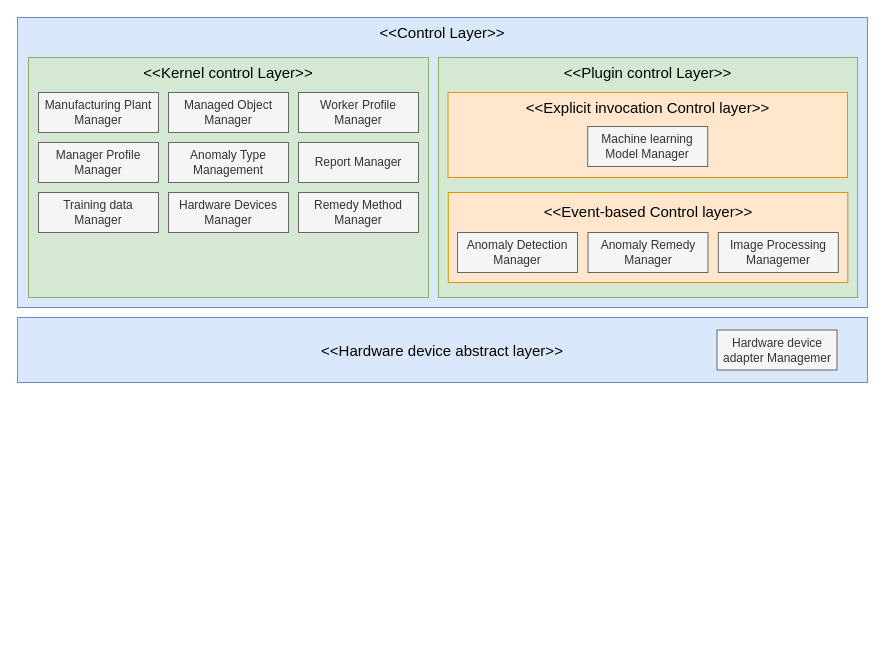
This is functional_component.drawio from ShineSoYoung/TEST, a draw.io file, before an edit. Source tidied: cells renumbered, new cells numbered last; positions are measured from the earlier drawing's top-left corner, leaving out a move shared by most shapes. Both pictures are drawn from the tidied source at 100%, with x=0, y=0 at pixel (17, 17).
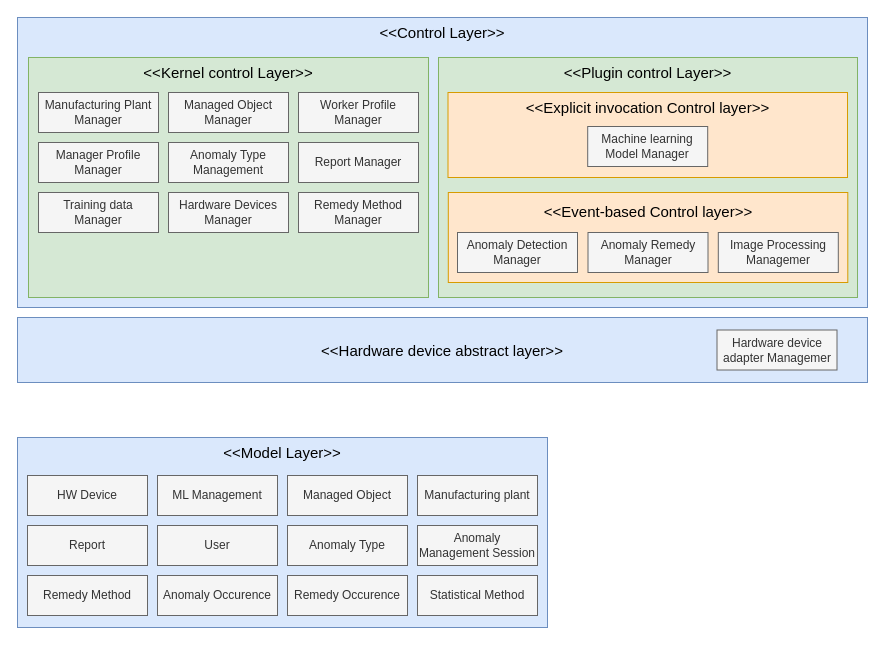
Above is the later version.

What changed in the source:
```diff
@@
+    <mxCell id="27" style="rounded=0;whiteSpace=wrap;html=1;fillColor=#dae8fc;strokeColor=#6c8ebf;" parent="1" vertex="1">
+      <mxGeometry y="420" width="530" height="190" as="geometry" />
+    </mxCell>
+    <mxCell id="28" value="&amp;lt;&amp;lt;Model Layer&amp;gt;&amp;gt;" style="text;html=1;strokeColor=none;fillColor=none;align=center;verticalAlign=middle;whiteSpace=wrap;rounded=0;fontSize=15;" parent="1" vertex="1">
+      <mxGeometry x="165" y="420" width="200" height="30" as="geometry" />
+    </mxCell>
+    <mxCell id="29" value="HW Device" style="rounded=0;whiteSpace=wrap;html=1;fillColor=#f5f5f5;fontColor=#333333;strokeColor=#666666;" parent="1" vertex="1">
+      <mxGeometry x="10" y="458" width="120" height="40" as="geometry" />
+    </mxCell>
+    <mxCell id="30" value="ML Management" style="rounded=0;whiteSpace=wrap;html=1;fillColor=#f5f5f5;fontColor=#333333;strokeColor=#666666;" parent="1" vertex="1">
+      <mxGeometry x="140" y="458" width="120" height="40" as="geometry" />
+    </mxCell>
+    <mxCell id="31" value="Managed Object" style="rounded=0;whiteSpace=wrap;html=1;fillColor=#f5f5f5;fontColor=#333333;strokeColor=#666666;" parent="1" vertex="1">
+      <mxGeometry x="270" y="458" width="120" height="40" as="geometry" />
+    </mxCell>
+    <mxCell id="32" value="Manufacturing plant" style="rounded=0;whiteSpace=wrap;html=1;fillColor=#f5f5f5;fontColor=#333333;strokeColor=#666666;" parent="1" vertex="1">
+      <mxGeometry x="400" y="458" width="120" height="40" as="geometry" />
+    </mxCell>
+    <mxCell id="33" value="Report" style="rounded=0;whiteSpace=wrap;html=1;fillColor=#f5f5f5;fontColor=#333333;strokeColor=#666666;" parent="1" vertex="1">
+      <mxGeometry x="10" y="508" width="120" height="40" as="geometry" />
+    </mxCell>
+    <mxCell id="34" value="User" style="rounded=0;whiteSpace=wrap;html=1;fillColor=#f5f5f5;fontColor=#333333;strokeColor=#666666;" parent="1" vertex="1">
+      <mxGeometry x="140" y="508" width="120" height="40" as="geometry" />
+    </mxCell>
+    <mxCell id="35" value="Anomaly Type" style="rounded=0;whiteSpace=wrap;html=1;fillColor=#f5f5f5;fontColor=#333333;strokeColor=#666666;" parent="1" vertex="1">
+      <mxGeometry x="270" y="508" width="120" height="40" as="geometry" />
+    </mxCell>
+    <mxCell id="36" value="Anomaly Management Session" style="rounded=0;whiteSpace=wrap;html=1;fillColor=#f5f5f5;fontColor=#333333;strokeColor=#666666;" parent="1" vertex="1">
+      <mxGeometry x="400" y="508" width="120" height="40" as="geometry" />
+    </mxCell>
+    <mxCell id="37" value="Remedy Method" style="rounded=0;whiteSpace=wrap;html=1;fillColor=#f5f5f5;fontColor=#333333;strokeColor=#666666;" parent="1" vertex="1">
+      <mxGeometry x="10" y="558" width="120" height="40" as="geometry" />
+    </mxCell>
+    <mxCell id="38" value="Anomaly Occurence" style="rounded=0;whiteSpace=wrap;html=1;fillColor=#f5f5f5;fontColor=#333333;strokeColor=#666666;" parent="1" vertex="1">
+      <mxGeometry x="140" y="558" width="120" height="40" as="geometry" />
+    </mxCell>
+    <mxCell id="39" value="Statistical Method" style="rounded=0;whiteSpace=wrap;html=1;fillColor=#f5f5f5;fontColor=#333333;strokeColor=#666666;" parent="1" vertex="1">
+      <mxGeometry x="400" y="558" width="120" height="40" as="geometry" />
+    </mxCell>
+    <mxCell id="40" value="Remedy Occurence" style="rounded=0;whiteSpace=wrap;html=1;fillColor=#f5f5f5;fontColor=#333333;strokeColor=#666666;" parent="1" vertex="1">
+      <mxGeometry x="270" y="558" width="120" height="40" as="geometry" />
+    </mxCell>
```
